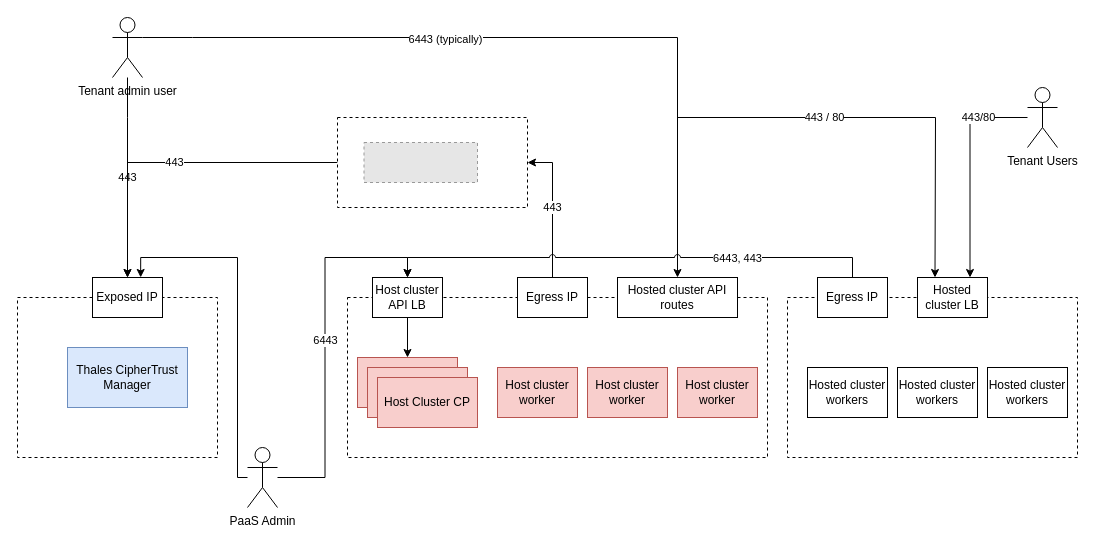
Before: docs/assets/CTE-k8s-network.drawio in butler54/encrypted-control-planes, a draw.io diagram. Source tidied: cells renumbered, new cells numbered last; positions are measured from the earlier drawing's top-left corner, leaving out a move shared by most shapes. Both pictures are drawn from the tidied source at 100%, with x=0, y=0 at pixel (17, 17). Pictures stored in the file or linked from it are replaced by grey dashed boxes.
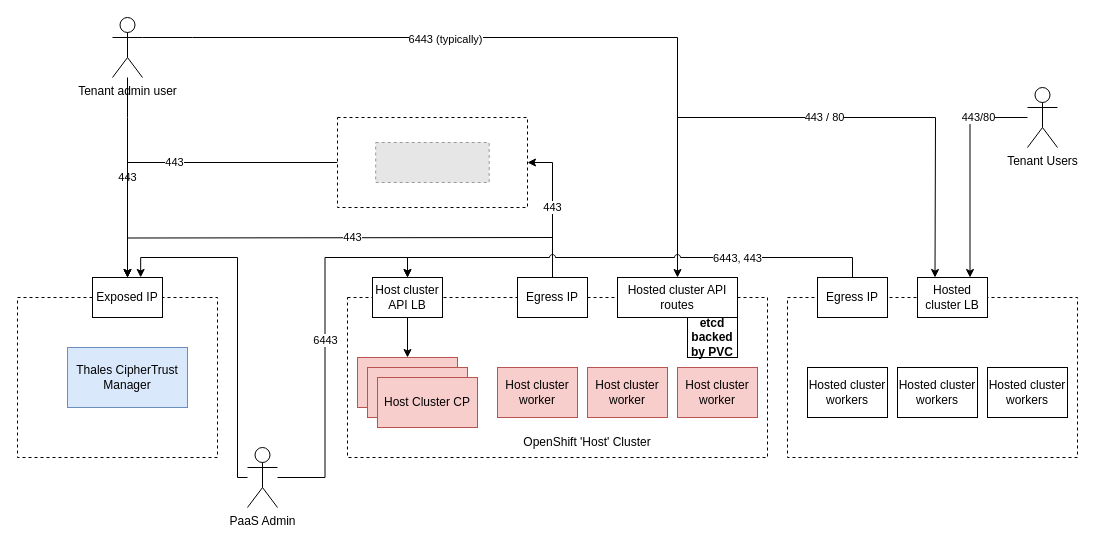
After the change.

Unchanged cells that the change refers to:
```xml
<mxCell id="20" value="Exposed IP" style="rounded=0;whiteSpace=wrap;html=1;" parent="1" vertex="1">
  <mxGeometry x="75" y="260" width="70" height="40" as="geometry" />
</mxCell>
```

Diff of the diagram source:
```diff
@@
+    <mxCell id="40" style="edgeStyle=orthogonalEdgeStyle;rounded=0;jettySize=auto;html=1;" parent="1" edge="1" target="20">
+      <mxGeometry relative="1" as="geometry">
+        <mxPoint x="535" y="220" as="sourcePoint" />
+      </mxGeometry>
+    </mxCell>
+    <mxCell id="41" value="443" style="edgeLabel;html=1;align=center;verticalAlign=middle;" parent="40" vertex="1">
+      <mxGeometry x="-0.14" y="-1" relative="1" as="geometry" />
+    </mxCell>
@@
     <mxCell id="39" style="fillColor=#E6E6E6;strokeColor=#999999;dashed=1;verticalLabelPosition=bottom;labelBackgroundColor=default;verticalAlign=top;" parent="1" vertex="1">
-      <mxGeometry x="346.5" y="125" width="113.5" height="40" as="geometry" />
+      <mxGeometry x="358.2" y="125" width="113.5" height="40" as="geometry" />
     </mxCell>
+    <mxCell id="42" value="OpenShift 'Host' Cluster" style="text;html=1;strokeColor=none;fillColor=none;align=center;verticalAlign=middle;whiteSpace=wrap;rounded=0;" parent="1" vertex="1">
+      <mxGeometry x="480" y="410" width="180" height="30" as="geometry" />
+    </mxCell>
+    <mxCell id="43" value="&lt;b&gt;etcd backed by PVC&lt;/b&gt;" style="rounded=0;whiteSpace=wrap;html=1;" parent="1" vertex="1">
+      <mxGeometry x="670" y="300" width="50" height="40" as="geometry" />
+    </mxCell>
```
